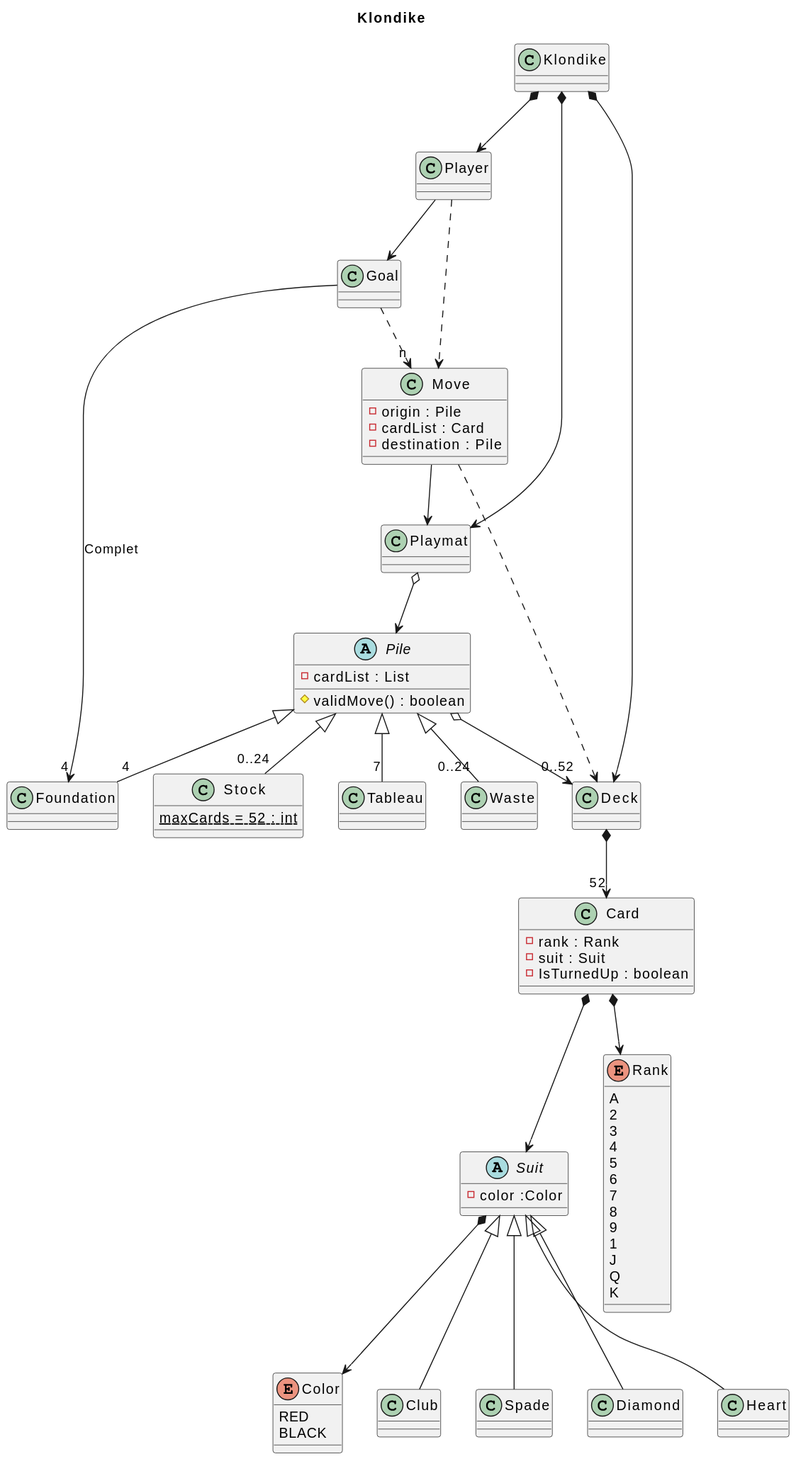
The PlantUML diagram 04-plantuml/Klondike.svg in Juzzgoo/git_practicas, before a commit.
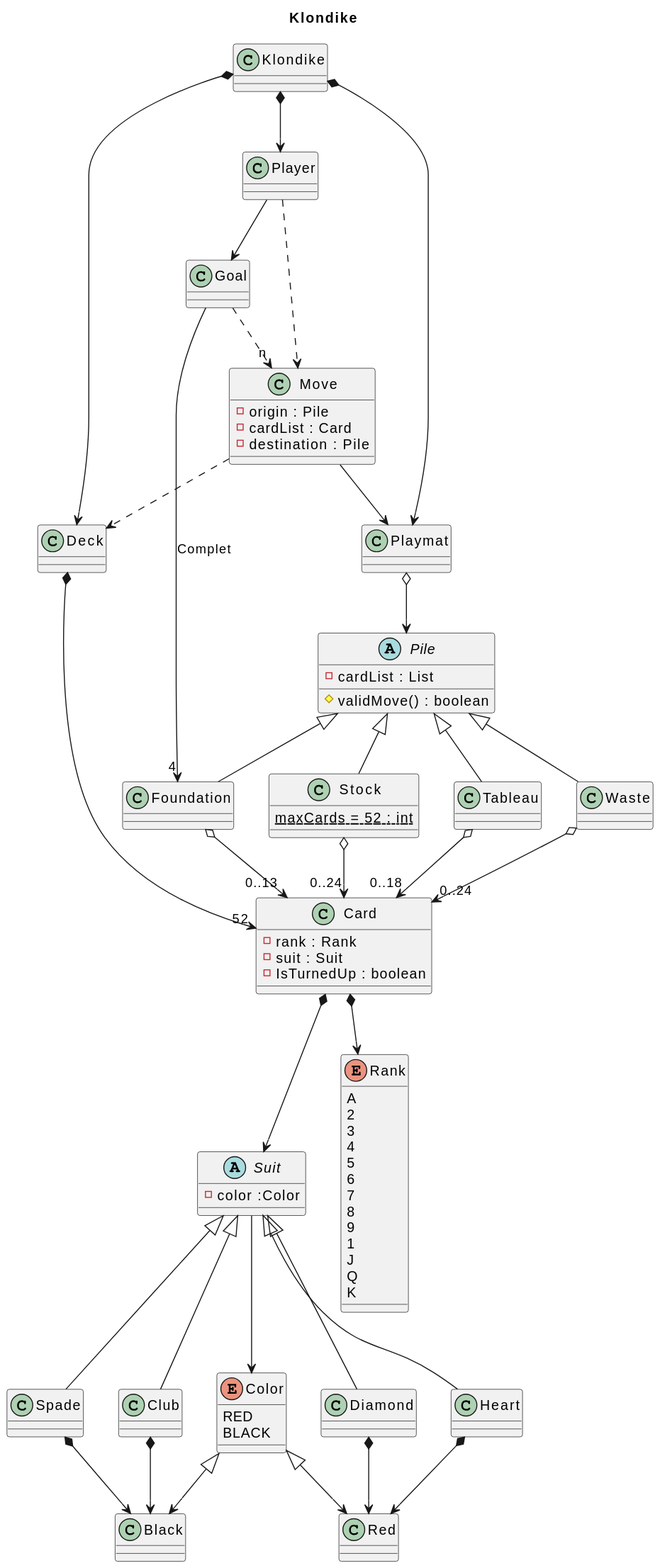
Later version of the same file.

Diff of the diagram source:
```diff
@@ -64,11 +64,15 @@
 Move --> Playmat
 Playmat o--> Pile
 
-Pile <|-- "0..24" Stock
-Pile <|-- "0..24" Waste
-Pile <|-- "4" Foundation
-Pile <|-- "7" Tableau
-Pile o--> "0..52" Deck
+Pile <|-- Stock
+Pile <|-- Waste
+Pile <|-- Foundation
+Pile <|-- Tableau
+
+Foundation o--> "0..13" Card
+Stock o--> "0..24" Card
+Tableau o--> "0..18" Card
+Waste o--> "0..24" Card
 
 Suit <|-- Club
 Suit <|-- Spade
@@ -76,5 +80,11 @@
 Suit <|--Heart
 Card *--> Suit
 Card *--> Rank
-Suit *--> Color
+Suit --> Color
+Color <|--> Red
+Color <|--> Black
+Club *--> Black
+Spade *--> Black
+Diamond *--> Red
+Heart *--> Red
 @enduml
```
